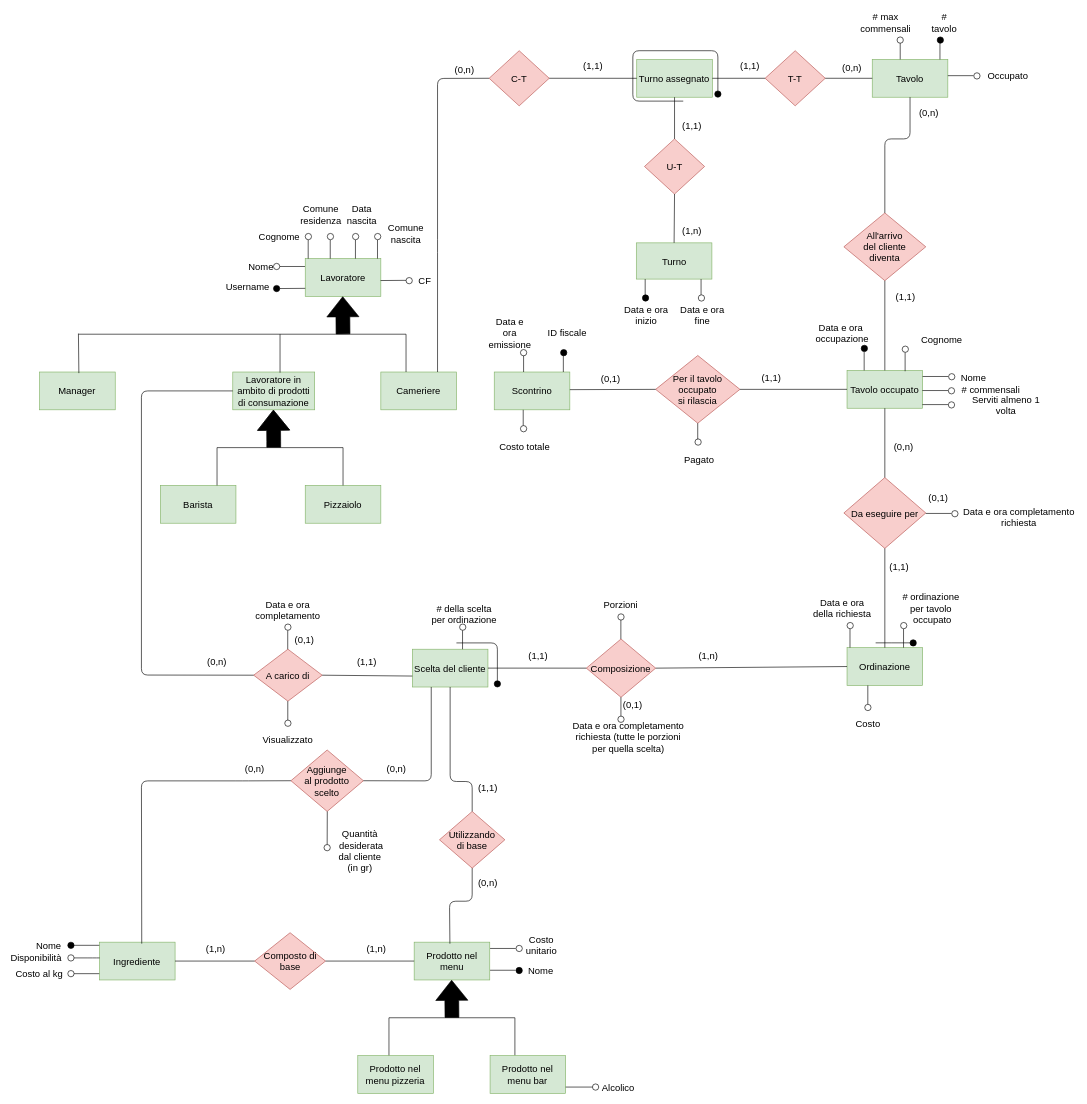
Earlier version of the draw.io diagram ERD/ERD_EditableDiagram.drawio (StefanoBelli/pizzeria). Source tidied: cells renumbered, new cells numbered last; positions are measured from the earlier drawing's top-left corner, leaving out a move shared by most shapes. Both pictures are drawn from the tidied source at 63%, with x=0, y=0 at pixel (11, 16).
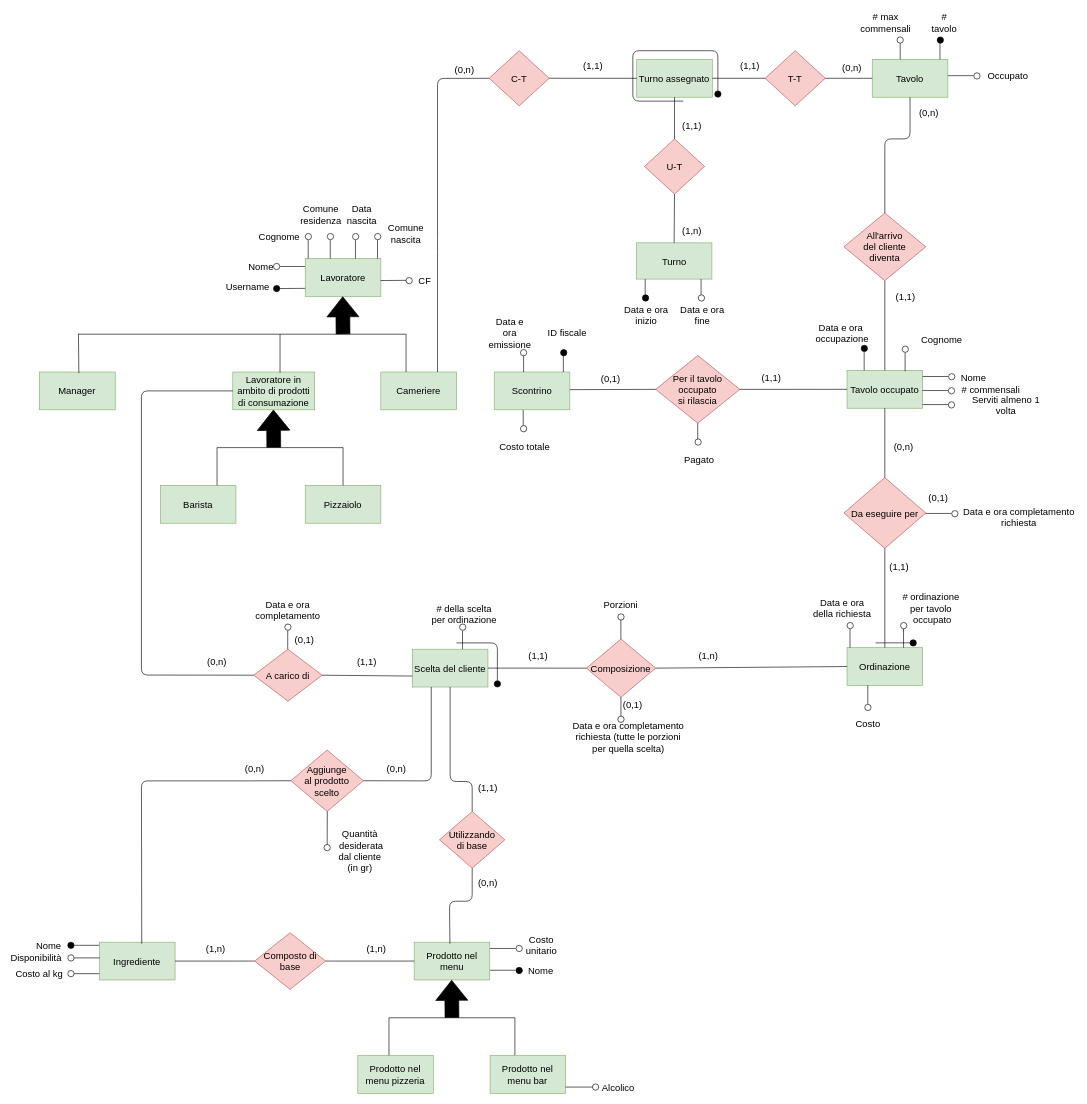
After the change.

What changed in the source:
```diff
@@
-    <mxCell id="118" style="endArrow=none;html=1;fillColor=#000000;fontSize=15;" parent="1" edge="1">
-      <mxGeometry relative="1" as="geometry">
-        <mxPoint x="439.3" y="1117.5" as="sourcePoint" />
-        <mxPoint x="439.3" y="1087.5" as="targetPoint" />
-      </mxGeometry>
-    </mxCell>
-    <mxCell id="119" style="ellipse;whiteSpace=wrap;html=1;fontSize=15;" parent="1" vertex="1">
-      <mxGeometry x="434.5" y="1117.5" width="10" height="10" as="geometry" />
-    </mxCell>
-    <mxCell id="120" value="Visualizzato" style="text;html=1;strokeColor=none;fillColor=none;align=center;verticalAlign=middle;whiteSpace=wrap;rounded=0;fontSize=15;" parent="1" vertex="1">
-      <mxGeometry x="398.2" y="1137.5" width="82.5" height="20" as="geometry" />
-    </mxCell>
```
